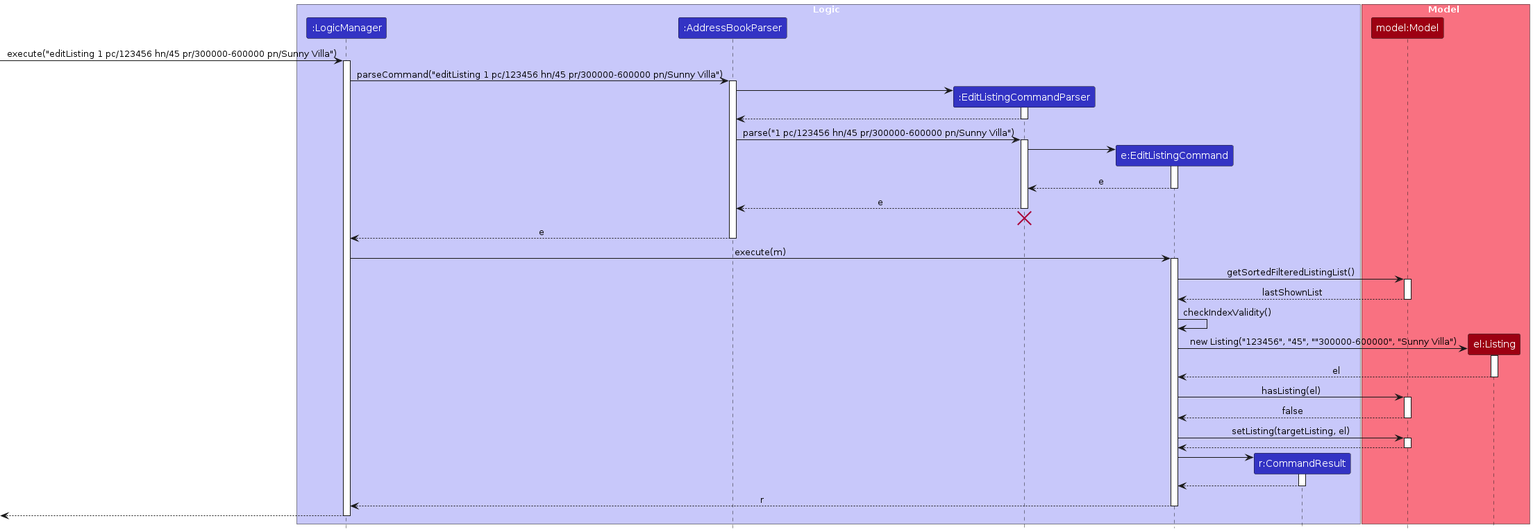
Earlier version of the PlantUML export diagrams/EditListingSequenceDiagram.png (caxewhy/tp). Its source is kept beside it as diagrams/EditListingSequenceDiagram.puml. The source it was exported from:
```plantuml
@startuml
!include style.puml
skinparam ArrowFontStyle plain

box Logic LOGIC_COLOR_T1
participant ":LogicManager" as LogicManager LOGIC_COLOR
participant ":AddressBookParser" as AddressBookParser LOGIC_COLOR
participant ":EditListingCommandParser" as EditListingCommandParser LOGIC_COLOR
participant "e:EditListingCommand" as EditListingCommand LOGIC_COLOR
participant "r:CommandResult" as CommandResult LOGIC_COLOR
end box

box Model MODEL_COLOR_T1
participant "model:Model" as Model MODEL_COLOR
participant "el:Listing" as el MODEL_COLOR
end box

[-> LogicManager : execute("editListing 1 pc/123456 hn/45 pr/300000-600000 pn/Sunny Villa")
activate LogicManager

LogicManager -> AddressBookParser : parseCommand("editListing 1 pc/123456 hn/45 pr/300000-600000 pn/Sunny Villa")
activate AddressBookParser

create EditListingCommandParser
AddressBookParser -> EditListingCommandParser
activate EditListingCommandParser

EditListingCommandParser --> AddressBookParser
deactivate EditListingCommandParser

AddressBookParser -> EditListingCommandParser : parse("1 pc/123456 hn/45 pr/300000-600000 pn/Sunny Villa")
activate EditListingCommandParser

create EditListingCommand
EditListingCommandParser -> EditListingCommand
activate EditListingCommand

EditListingCommand --> EditListingCommandParser : e
deactivate EditListingCommand

EditListingCommandParser --> AddressBookParser : e
deactivate EditListingCommandParser
EditListingCommandParser -[hidden]-> AddressBookParser
destroy EditListingCommandParser

AddressBookParser --> LogicManager : e
deactivate AddressBookParser

LogicManager -> EditListingCommand : execute(m)
activate EditListingCommand

EditListingCommand -> Model : getSortedFilteredListingList()
activate Model
Model --> EditListingCommand : lastShownList
deactivate Model

EditListingCommand -> EditListingCommand : checkIndexValidity()
create el
EditListingCommand -> el: new Listing("123456", "45", ""300000-600000", "Sunny Villa")
activate el
el --> EditListingCommand: el
deactivate el


EditListingCommand -> Model : hasListing(el)
activate Model
Model --> EditListingCommand : false
deactivate Model

EditListingCommand -> Model : setListing(targetListing, el)
activate Model


Model --> EditListingCommand
deactivate Model

create CommandResult
EditListingCommand -> CommandResult
activate CommandResult

CommandResult --> EditListingCommand
deactivate CommandResult

EditListingCommand --> LogicManager : r
deactivate EditListingCommand

[<--LogicManager
deactivate LogicManager
@enduml
```
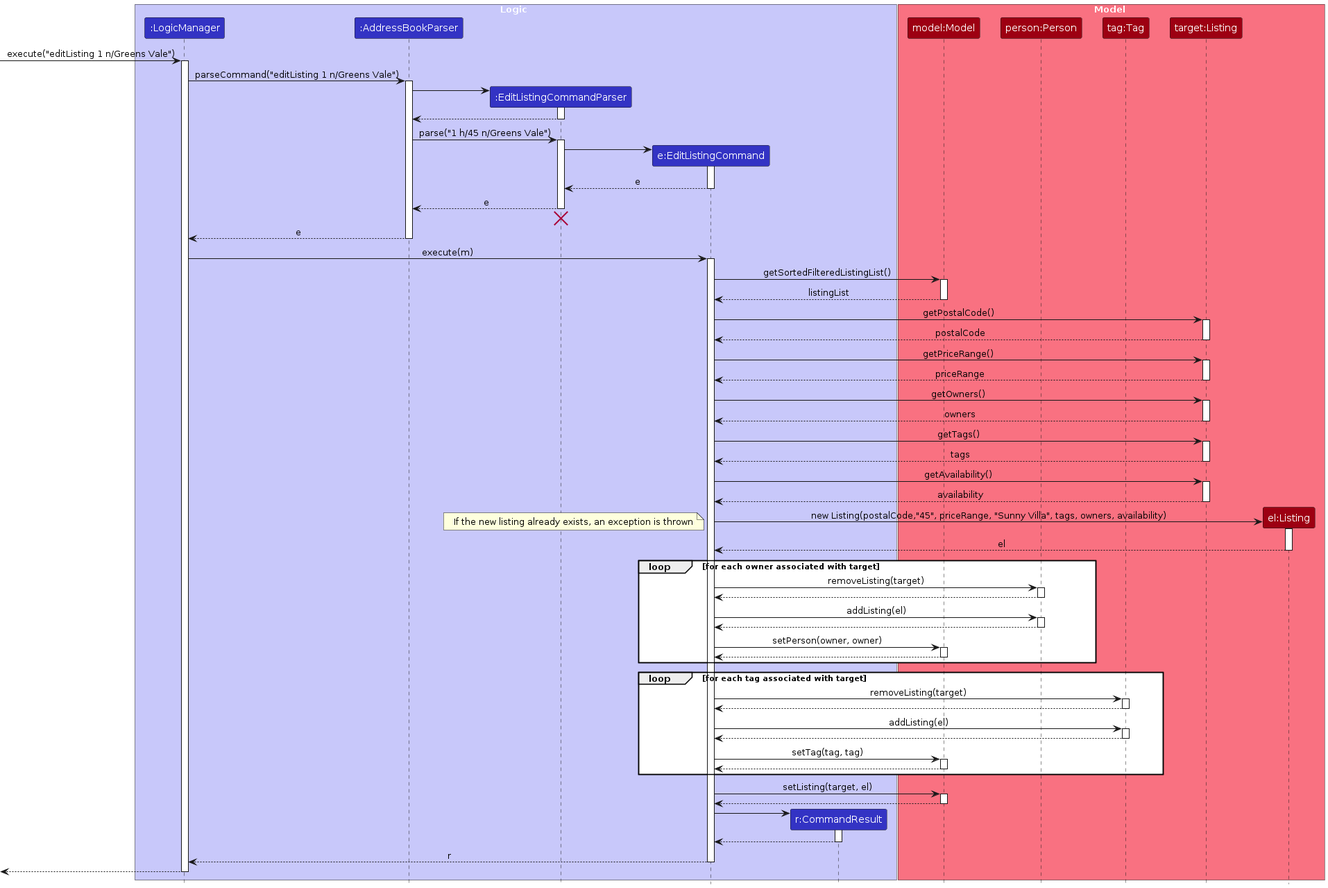
Later version of the same file.

Change to the diagram source:
```diff
@@ -12,13 +12,16 @@
 
 box Model MODEL_COLOR_T1
 participant "model:Model" as Model MODEL_COLOR
+participant "person:Person" as person MODEL_COLOR
+participant "tag:Tag" as tag MODEL_COLOR
+participant "target:Listing" as target MODEL_COLOR
 participant "el:Listing" as el MODEL_COLOR
 end box
 
-[-> LogicManager : execute("editListing 1 pc/123456 hn/45 pr/300000-600000 pn/Sunny Villa")
+[-> LogicManager : execute("editListing 1 n/Greens Vale")
 activate LogicManager
 
-LogicManager -> AddressBookParser : parseCommand("editListing 1 pc/123456 hn/45 pr/300000-600000 pn/Sunny Villa")
+LogicManager -> AddressBookParser : parseCommand("editListing 1 n/Greens Vale")
 activate AddressBookParser
 
 create EditListingCommandParser
@@ -28,7 +31,7 @@
 EditListingCommandParser --> AddressBookParser
 deactivate EditListingCommandParser
 
-AddressBookParser -> EditListingCommandParser : parse("1 pc/123456 hn/45 pr/300000-600000 pn/Sunny Villa")
+AddressBookParser -> EditListingCommandParser : parse("1 h/45 n/Greens Vale")
 activate EditListingCommandParser
 
 create EditListingCommand
@@ -51,23 +54,78 @@
 
 EditListingCommand -> Model : getSortedFilteredListingList()
 activate Model
-Model --> EditListingCommand : lastShownList
+Model --> EditListingCommand : listingList
 deactivate Model
 
-EditListingCommand -> EditListingCommand : checkIndexValidity()
+EditListingCommand -> target : getPostalCode()
+activate target
+target --> EditListingCommand : postalCode
+deactivate target
+
+EditListingCommand -> target : getPriceRange()
+activate target
+target --> EditListingCommand : priceRange
+deactivate target
+
+EditListingCommand -> target : getOwners()
+activate target
+target --> EditListingCommand : owners
+deactivate target
+
+EditListingCommand -> target : getTags()
+activate target
+target --> EditListingCommand : tags
+deactivate target
+
+EditListingCommand -> target : getAvailability()
+activate target
+target --> EditListingCommand : availability
+deactivate target
+
 create el
-EditListingCommand -> el: new Listing("123456", "45", ""300000-600000", "Sunny Villa")
+EditListingCommand -> el: new Listing(postalCode,"45", priceRange, "Sunny Villa", tags, owners, availability)
+note left
+If the new listing already exists, an exception is thrown
+end note
 activate el
 el --> EditListingCommand: el
 deactivate el
 
+loop for each owner associated with target
+EditListingCommand -> person : removeListing(target)
+activate person
+person --> EditListingCommand
+deactivate person
 
-EditListingCommand -> Model : hasListing(el)
+EditListingCommand -> person : addListing(el)
+activate person
+person --> EditListingCommand
+deactivate person
+
+EditListingCommand -> Model: setPerson(owner, owner)
 activate Model
-Model --> EditListingCommand : false
+Model --> EditListingCommand
 deactivate Model
+end loop
 
-EditListingCommand -> Model : setListing(targetListing, el)
+loop for each tag associated with target
+EditListingCommand -> tag : removeListing(target)
+activate tag
+tag --> EditListingCommand
+deactivate tag
+
+EditListingCommand -> tag : addListing(el)
+activate tag
+tag --> EditListingCommand
+deactivate tag
+
+EditListingCommand -> Model: setTag(tag, tag)
+activate Model
+Model --> EditListingCommand
+deactivate Model
+end loop
+
+EditListingCommand -> Model : setListing(target, el)
 activate Model
 
 
```
